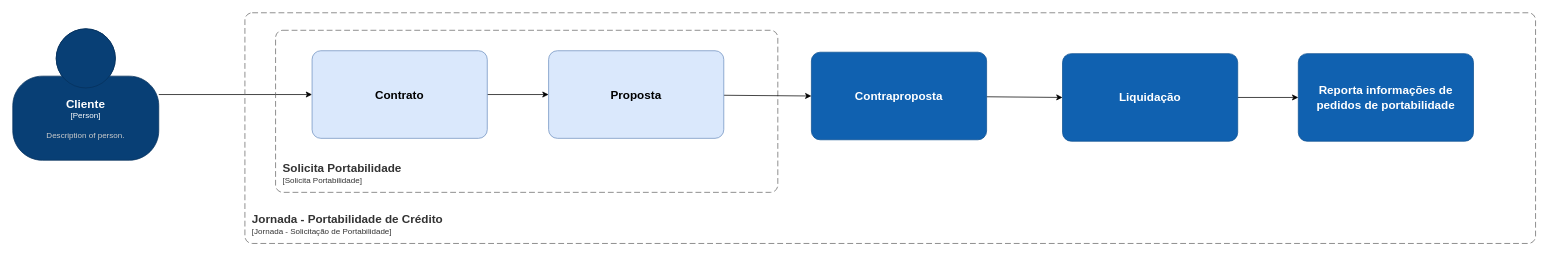
Before: page "Solicita Portabilidade" (3 of 20) of portabilidade_credito.drawio in andreferreiratrindade/portabilidade_credito_draw, a draw.io diagram. Source tidied: cells renumbered, new cells numbered last; positions are measured from the earlier drawing's top-left corner, leaving out a move shared by most shapes. Both pictures are drawn from the tidied source at 73%, with x=0, y=0 at pixel (12, 12).
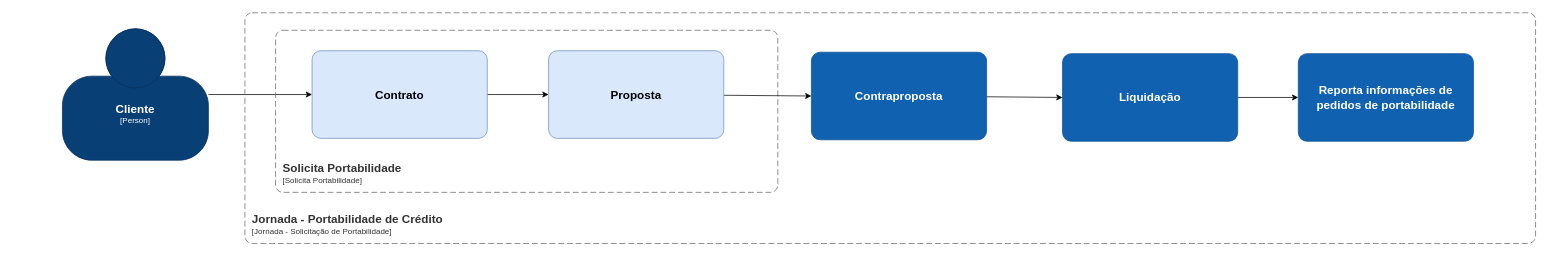
After the change.

What changed in the source:
```diff
@@
-    <object id="2" label="&lt;font style=&quot;font-size: 16px&quot;&gt;&lt;b&gt;%c4Name%&lt;/b&gt;&lt;/font&gt;&lt;div&gt;[%c4Type%]&lt;/div&gt;&lt;br&gt;&lt;div&gt;&lt;font style=&quot;font-size: 11px&quot;&gt;&lt;font color=&quot;#cccccc&quot;&gt;%c4Description%&lt;/font&gt;&lt;/div&gt;" c4Description="Description of person." c4Name="Cliente" c4Type="Person" placeholders="1">
+    <object id="2" label="&lt;font style=&quot;font-size: 16px&quot;&gt;&lt;b&gt;%c4Name%&lt;/b&gt;&lt;/font&gt;&lt;div&gt;[%c4Type%]&lt;/div&gt;&lt;br&gt;&lt;div&gt;&lt;font style=&quot;font-size: 11px&quot;&gt;&lt;font color=&quot;#cccccc&quot;&gt;%c4Description%&lt;/font&gt;&lt;/div&gt;" c4Description="" c4Name="Cliente" c4Type="Person" placeholders="1">
       <mxCell style="html=1;fontSize=11;dashed=0;whiteSpace=wrap;fillColor=#083F75;strokeColor=#06315C;fontColor=#ffffff;shape=mxgraph.c4.person2;align=center;points=[[0.5,0,0],[1,0.5,0],[1,0.75,0],[0.75,1,0],[0.5,1,0],[0.25,1,0],[0,0.75,0],[0,0.5,0]];" parent="1" vertex="1">
-        <mxGeometry y="22" width="200" height="180" as="geometry" />
+        <mxGeometry x="68" y="22" width="200" height="180" as="geometry" />
       </mxCell>
     </object>
```
